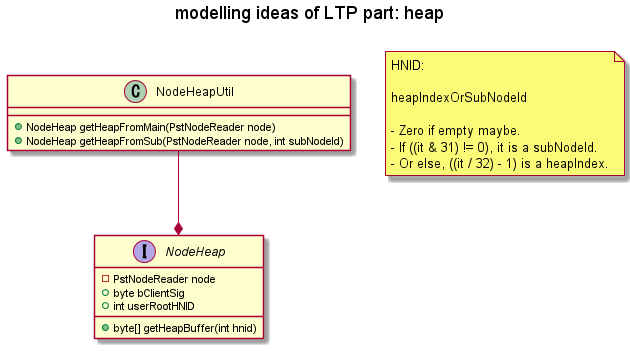
Before: out/plantuml/base/ltp_heap.png, a diagram exported from PlantUML (Kris-LIBIS/ruby-msg).
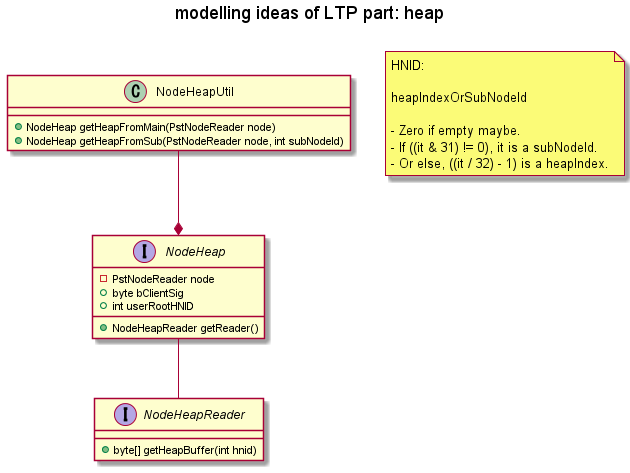
After the commit.

Commit message:
Split NodeHeap to NodeHeap and NodeHeapReader

Diff of the diagram source:
```diff
@@ -10,6 +10,10 @@
     + byte bClientSig
     + int userRootHNID
 
+    + NodeHeapReader getReader()
+}
+
+interface NodeHeapReader {
     + byte[] getHeapBuffer(int hnid)
 }
 
@@ -24,4 +28,5 @@
 end note
 
 NodeHeapUtil --* NodeHeap
+NodeHeap -- NodeHeapReader
 @enduml
```
